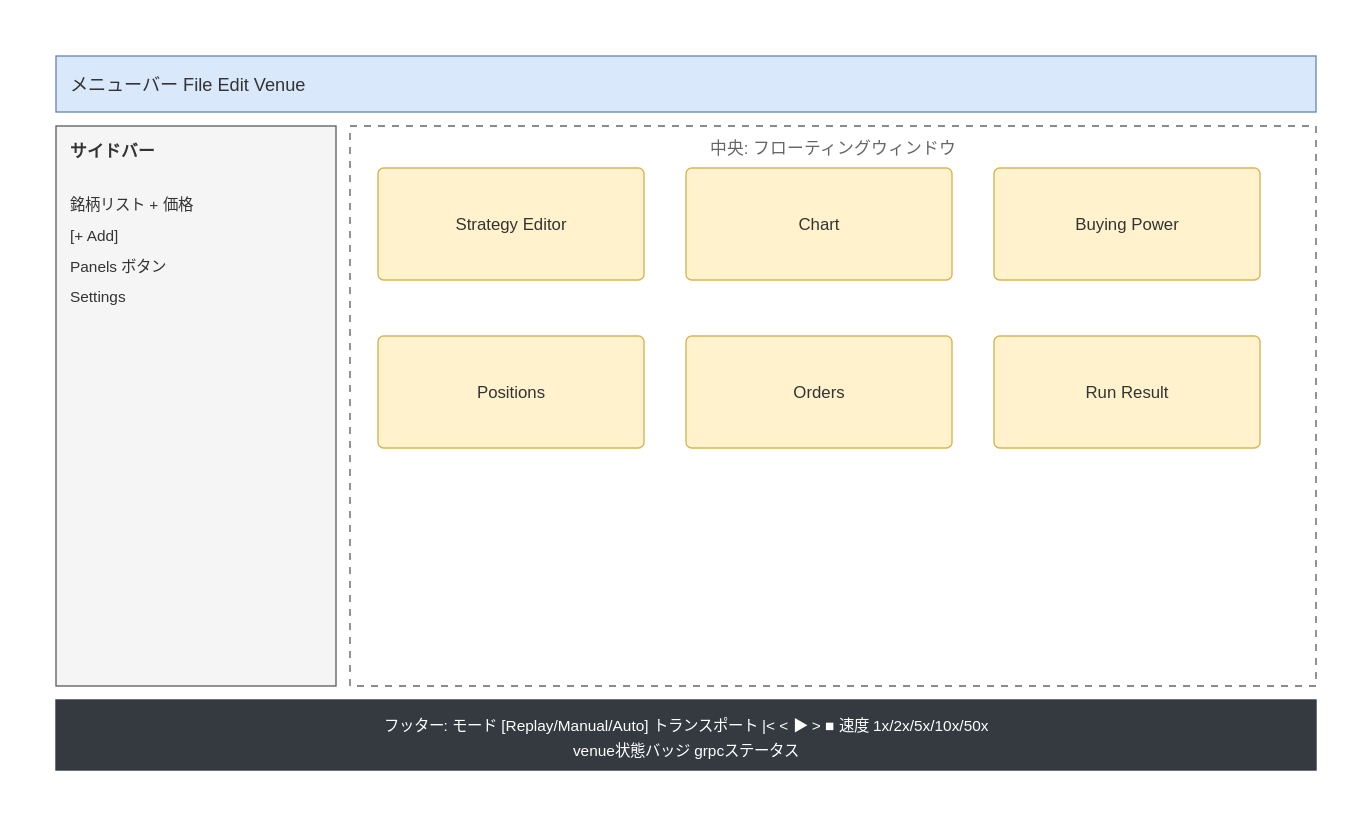
Earlier version of the draw.io export docs/wiki/assets/screen-layout.drawio.svg (botterYosuke/The-Trader-Was-Replaced). Source tidied: cells renumbered, new cells last; positions are measured from the earlier drawing's top-left corner, leaving out a move shared by most shapes.
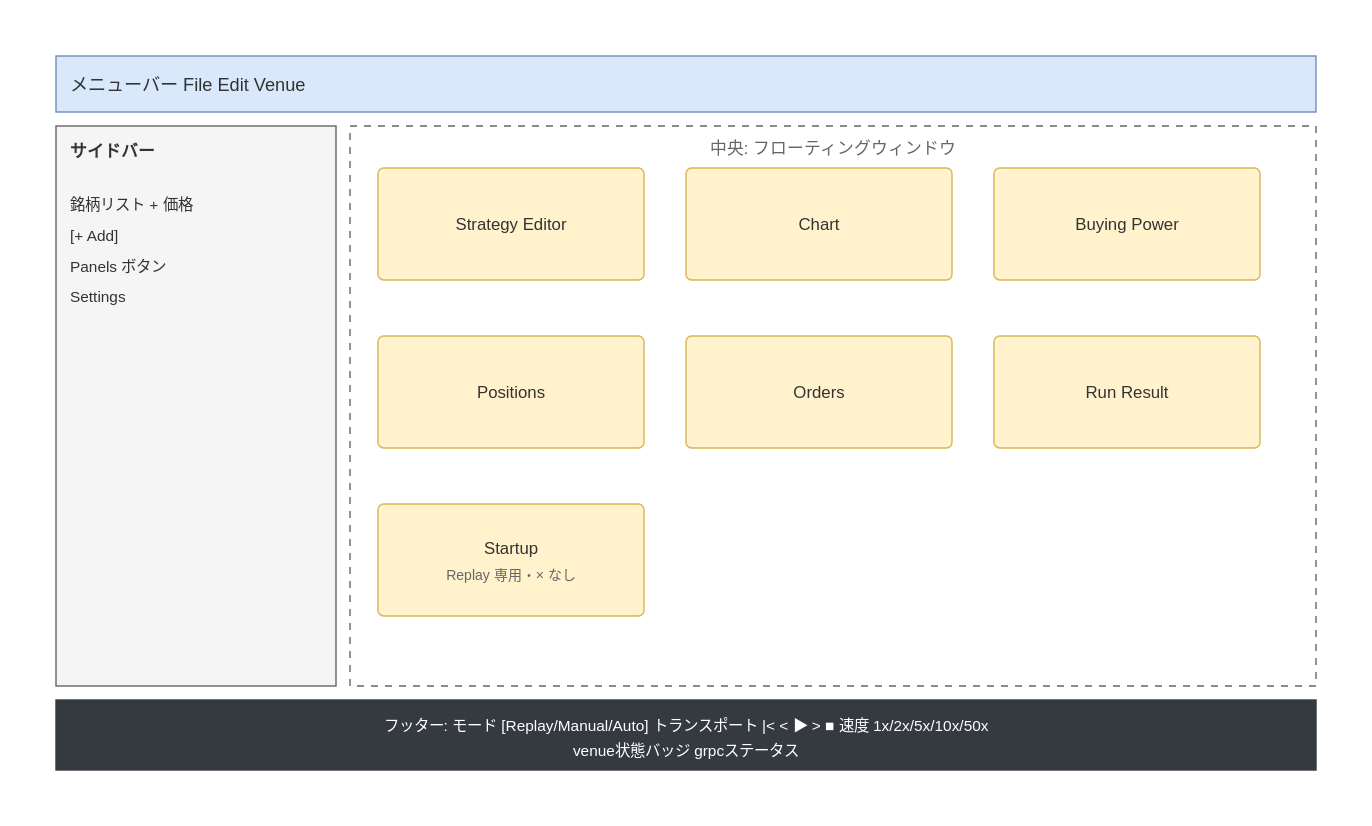
The same file after the commit.

Change to the diagram source:
```diff
@@ -29,6 +29,9 @@
     <mxCell id="10" value="Run Result" style="rounded=1;whiteSpace=wrap;html=1;fillColor=#fff2cc;strokeColor=#d6b656;" parent="1" vertex="1">
       <mxGeometry x="670" y="200" width="190" height="80" as="geometry" />
     </mxCell>
+    <mxCell id="12" value="Startup&#10;Replay 専用・× なし" style="rounded=1;whiteSpace=wrap;html=1;fillColor=#fff2cc;strokeColor=#d6b656;" parent="1" vertex="1">
+      <mxGeometry x="230" y="320" width="190" height="80" as="geometry" />
+    </mxCell>
     <mxCell id="11" value="フッター: モード [Replay/Manual/Auto]  トランスポート |&lt; &lt; ▶ &gt; ■  速度 1x/2x/5x/10x/50x  venue状態バッジ  grpcステータス" style="rounded=0;whiteSpace=wrap;html=1;align=center;fontColor=#ffffff;fillColor=#343a40;strokeColor=#343a40;" parent="1" vertex="1">
       <mxGeometry y="460" width="900" height="50" as="geometry" />
     </mxCell>
```
